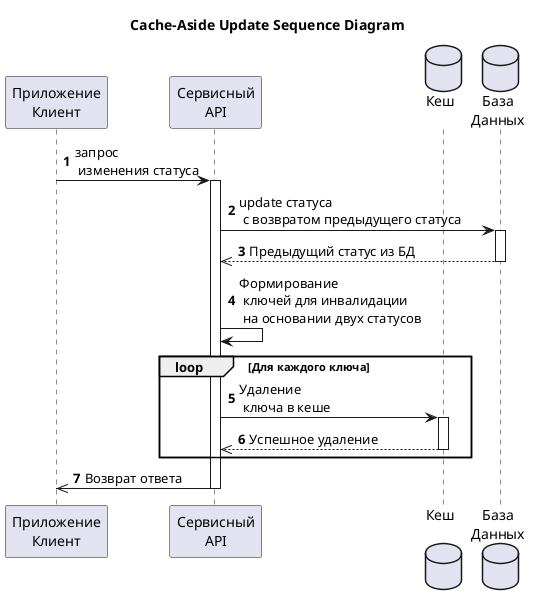
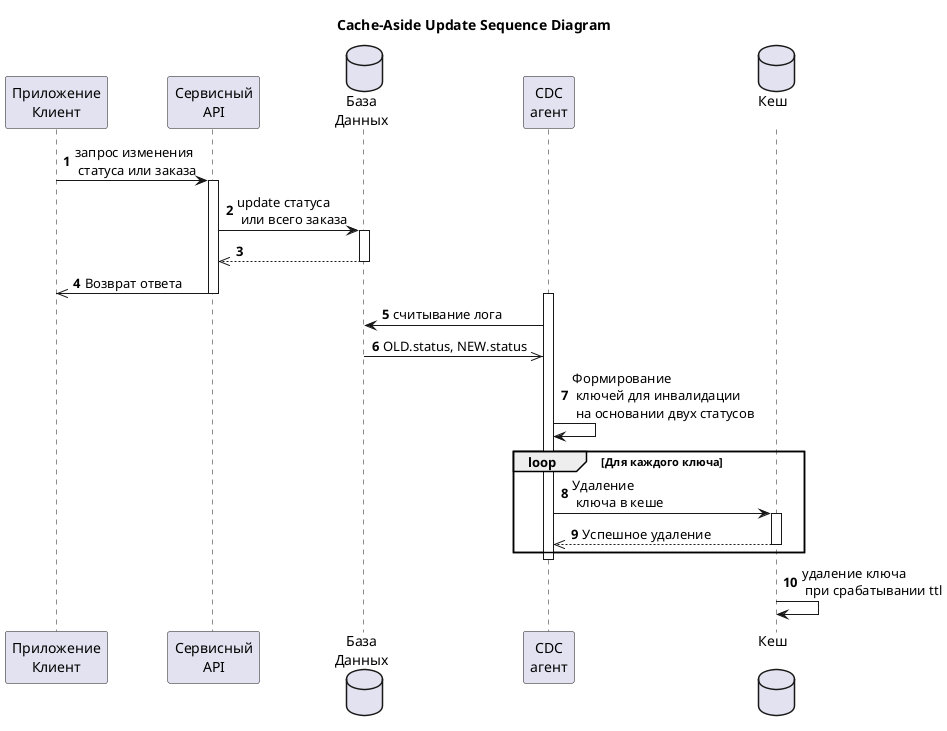
@startuml
'https://plantuml.com/sequence-diagram
title Cache-Aside Update Sequence Diagram

autonumber

participant "Приложение\nКлиент" as client
participant "Сервисный\nAPI" as api
+ database "База\nДанных" as db
+ participant "CDC\nагент" as cdc
database "Кеш\n" as cache
- database "База\nДанных" as db

- client -> api: запрос\n изменения статуса
+ client -> api: запрос изменения\n статуса или заказа
activate api

- api -> db: update статуса\n с возвратом предыдущего статуса
+ api -> db: update статуса\n или всего заказа
activate db
- db -->> api: Предыдущий статус из БД
+ db -->> api:
deactivate db
- 
- api -> api: Формирование\n ключей для инвалидации\n на основании двух статусов
- 
- loop Для каждого ключа
- 
-     api -> cache: Удаление\n ключа в кеше
-     activate cache
-     cache -->> api: Успешное удаление
-     deactivate cache
- end

api ->> client: Возврат ответа

deactivate api
+ 
+ activate cdc
+ cdc -> db: считывание лога
+ db ->> cdc: OLD.status, NEW.status
+ cdc -> cdc: Формирование\n ключей для инвалидации\n на основании двух статусов
+ 
+ loop Для каждого ключа
+ 
+     cdc -> cache: Удаление\n ключа в кеше
+     activate cache
+     cache -->> cdc: Успешное удаление
+     deactivate cache
+ end
+ deactivate cdc
+ 
+ cache -> cache: удаление ключа\n при срабатывании ttl
+ 
@enduml